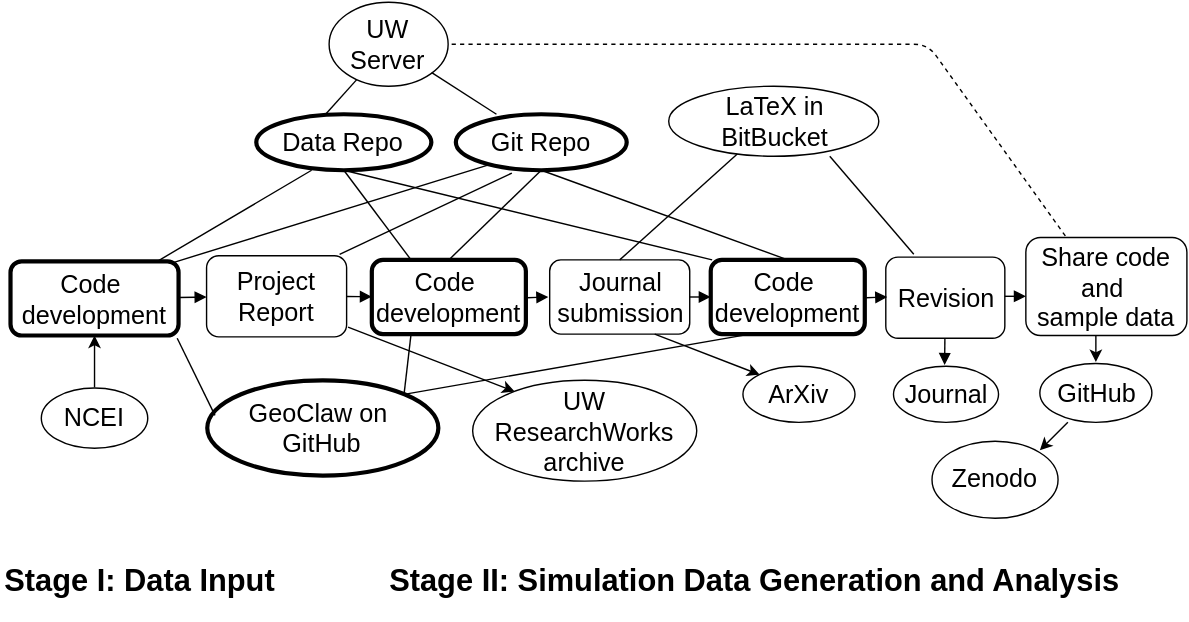
BIDS/repro-case-studies keeps this draw.io diagram as case-studies/rjleveque.svg. Above is the earlier version. Source tidied: cells renumbered, new cells last; positions are measured from the earlier drawing's top-left corner, leaving out a move shared by most shapes. The source it was exported from:
```xml
<mxGraphModel background="#ffffff">
  <root>
    <mxCell id="0" />
    <mxCell id="1" parent="0" />
    <mxCell id="2" value="&lt;font style=&quot;font-size: 18px&quot;&gt;Code&amp;nbsp;&lt;/font&gt;&lt;div&gt;&lt;font size=&quot;4&quot;&gt;development&lt;/font&gt;&lt;/div&gt;" style="rounded=1;whiteSpace=wrap;html=1;yellow;fillColor=none;strokeColor=#000000;strokeWidth=3;shadow=0;" parent="1" vertex="1">
      <mxGeometry x="6" y="185" width="120" height="53" as="geometry" />
    </mxCell>
    <mxCell id="3" value="&lt;font style=&quot;font-size: 18px&quot;&gt;UW Server&lt;/font&gt;" style="ellipse;whiteSpace=wrap;html=1;" parent="1" vertex="1">
      <mxGeometry x="233" width="85" height="60" as="geometry" />
    </mxCell>
    <mxCell id="4" value="&lt;font style=&quot;font-size: 18px&quot;&gt;Data Repo&lt;/font&gt;" style="ellipse;whiteSpace=wrap;html=1;yellow;fillColor=none;strokeColor=#000000;strokeWidth=3;shadow=0;" parent="1" vertex="1">
      <mxGeometry x="181" y="80" width="125" height="40" as="geometry" />
    </mxCell>
    <mxCell id="5" value="&lt;font style=&quot;font-size: 18px&quot;&gt;Git Repo&lt;/font&gt;" style="ellipse;whiteSpace=wrap;html=1;yellow;fillColor=none;strokeColor=#000000;strokeWidth=3;shadow=0;" parent="1" vertex="1">
      <mxGeometry x="324" y="80" width="122" height="40" as="geometry" />
    </mxCell>
    <mxCell id="6" value="&lt;font style=&quot;font-size: 18px&quot;&gt;LaTeX in&lt;/font&gt;&lt;div&gt;&lt;font size=&quot;4&quot;&gt;BitBucket&lt;/font&gt;&lt;/div&gt;" style="ellipse;whiteSpace=wrap;html=1;" parent="1" vertex="1">
      <mxGeometry x="476" y="60" width="150" height="50" as="geometry" />
    </mxCell>
    <mxCell id="7" style="endArrow=none;html=1;" parent="1" edge="1" source="2">
      <mxGeometry relative="1" as="geometry">
        <mxPoint x="221" y="120" as="targetPoint" />
      </mxGeometry>
    </mxCell>
    <mxCell id="8" style="endArrow=none;html=1;entryX=0.213;entryY=0.975;entryPerimeter=0;" parent="1" edge="1">
      <mxGeometry relative="1" as="geometry">
        <mxPoint x="121" y="186.3" as="sourcePoint" />
        <mxPoint x="348" y="116" as="targetPoint" />
      </mxGeometry>
    </mxCell>
    <mxCell id="9" value="&lt;font style=&quot;font-size: 18px&quot;&gt;GeoClaw on&amp;nbsp;&lt;/font&gt;&lt;div&gt;&lt;font size=&quot;4&quot;&gt;GitHub&lt;/font&gt;&lt;/div&gt;" style="ellipse;whiteSpace=wrap;html=1;yellow;fillColor=none;strokeColor=#000000;strokeWidth=3;shadow=0;" parent="1" vertex="1">
      <mxGeometry x="146" y="270" width="165" height="68" as="geometry" />
    </mxCell>
    <mxCell id="10" style="endArrow=none;html=1;entryX=0.036;entryY=0.367;entryPerimeter=0;" parent="1" edge="1" target="9">
      <mxGeometry relative="1" as="geometry">
        <mxPoint x="125" y="240" as="sourcePoint" />
      </mxGeometry>
    </mxCell>
    <mxCell id="11" value="&lt;font style=&quot;font-size: 18px&quot;&gt;Project Report&lt;/font&gt;" style="rounded=1;whiteSpace=wrap;html=1;" parent="1" vertex="1">
      <mxGeometry x="146" y="181" width="100" height="58" as="geometry" />
    </mxCell>
    <mxCell id="12" value="&lt;font style=&quot;font-size: 18px&quot;&gt;Code&amp;nbsp;&lt;/font&gt;&lt;div&gt;&lt;font size=&quot;4&quot;&gt;development&lt;/font&gt;&lt;/div&gt;" style="rounded=1;whiteSpace=wrap;html=1;yellow;fillColor=none;strokeWidth=3;strokeColor=#000000;shadow=0;" parent="1" vertex="1">
      <mxGeometry x="264" y="184" width="110" height="53" as="geometry" />
    </mxCell>
    <mxCell id="13" value="&lt;font style=&quot;font-size: 18px&quot;&gt;Journal&lt;/font&gt;&lt;div&gt;&lt;font size=&quot;4&quot;&gt;submission&lt;/font&gt;&lt;/div&gt;" style="rounded=1;whiteSpace=wrap;html=1;" parent="1" vertex="1">
      <mxGeometry x="391" y="184" width="100" height="53" as="geometry" />
    </mxCell>
    <mxCell id="14" value="&lt;font style=&quot;font-size: 18px&quot;&gt;Code&amp;nbsp;&lt;/font&gt;&lt;div&gt;&lt;font size=&quot;4&quot;&gt;development&lt;/font&gt;&lt;/div&gt;" style="rounded=1;whiteSpace=wrap;html=1;yellow;fillColor=none;strokeColor=#000000;strokeWidth=3;shadow=0;" parent="1" vertex="1">
      <mxGeometry x="506" y="184" width="110" height="53" as="geometry" />
    </mxCell>
    <mxCell id="15" value="&lt;font style=&quot;font-size: 18px&quot;&gt;Revision&lt;/font&gt;" style="rounded=1;whiteSpace=wrap;html=1;" parent="1" vertex="1">
      <mxGeometry x="631" y="182" width="85" height="58" as="geometry" />
    </mxCell>
    <mxCell id="16" value="&lt;font style=&quot;font-size: 18px&quot;&gt;Share code and&amp;nbsp;&lt;/font&gt;&lt;div&gt;&lt;font size=&quot;4&quot;&gt;sample data&lt;/font&gt;&lt;/div&gt;" style="rounded=1;whiteSpace=wrap;html=1;" parent="1" vertex="1">
      <mxGeometry x="731" y="168" width="115" height="70" as="geometry" />
    </mxCell>
    <mxCell id="17" style="endArrow=none;html=1;exitX=0.5;exitY=0;" parent="1" edge="1" source="13" target="6">
      <mxGeometry relative="1" as="geometry" />
    </mxCell>
    <mxCell id="18" style="endArrow=none;html=1;" parent="1" edge="1">
      <mxGeometry relative="1" as="geometry">
        <mxPoint x="651" y="180" as="sourcePoint" />
        <mxPoint x="591" y="110" as="targetPoint" />
      </mxGeometry>
    </mxCell>
    <mxCell id="19" style="endArrow=none;html=1;" parent="1" edge="1" target="3">
      <mxGeometry relative="1" as="geometry">
        <mxPoint x="231" y="80" as="sourcePoint" />
      </mxGeometry>
    </mxCell>
    <mxCell id="20" style="endArrow=none;html=1;exitX=0.238;exitY=0;exitPerimeter=0;" parent="1" edge="1" source="5" target="3">
      <mxGeometry relative="1" as="geometry" />
    </mxCell>
    <mxCell id="21" value="&lt;font style=&quot;font-size: 18px&quot;&gt;UW ResearchWorks&lt;/font&gt;&lt;div&gt;&lt;font size=&quot;4&quot;&gt;archive&lt;/font&gt;&lt;/div&gt;" style="ellipse;whiteSpace=wrap;html=1;" parent="1" vertex="1">
      <mxGeometry x="336" y="270" width="160" height="72" as="geometry" />
    </mxCell>
    <mxCell id="22" style="endArrow=classic;html=1;exitX=1.01;exitY=0.879;exitPerimeter=0;" parent="1" edge="1" source="11">
      <mxGeometry relative="1" as="geometry">
        <mxPoint x="366" y="278" as="targetPoint" />
      </mxGeometry>
    </mxCell>
    <mxCell id="23" value="&lt;font style=&quot;font-size: 18px&quot;&gt;ArXiv&lt;/font&gt;" style="ellipse;whiteSpace=wrap;html=1;" parent="1" vertex="1">
      <mxGeometry x="529" y="260" width="80" height="40" as="geometry" />
    </mxCell>
    <mxCell id="24" value="&lt;font style=&quot;font-size: 18px&quot;&gt;Journal&lt;/font&gt;" style="ellipse;whiteSpace=wrap;html=1;" parent="1" vertex="1">
      <mxGeometry x="636" y="260" width="75" height="40" as="geometry" />
    </mxCell>
    <mxCell id="25" style="endArrow=classic;html=1;exitX=0.75;exitY=1;entryX=0;entryY=0;" parent="1" edge="1" source="13" target="23">
      <mxGeometry relative="1" as="geometry" />
    </mxCell>
    <mxCell id="26" value="&lt;font style=&quot;font-size: 18px&quot;&gt;GitHub&lt;/font&gt;" style="ellipse;whiteSpace=wrap;html=1;" parent="1" vertex="1">
      <mxGeometry x="741" y="258" width="80" height="42" as="geometry" />
    </mxCell>
    <mxCell id="27" value="&lt;font style=&quot;font-size: 18px&quot;&gt;Zenodo&lt;/font&gt;" style="ellipse;whiteSpace=wrap;html=1;" parent="1" vertex="1">
      <mxGeometry x="664" y="313" width="90" height="55" as="geometry" />
    </mxCell>
    <mxCell id="28" style="endArrow=classic;html=1;" parent="1" edge="1">
      <mxGeometry relative="1" as="geometry">
        <mxPoint x="781" y="238" as="sourcePoint" />
        <mxPoint x="781" y="257" as="targetPoint" />
      </mxGeometry>
    </mxCell>
    <mxCell id="29" style="endArrow=classic;html=1;" parent="1" edge="1">
      <mxGeometry relative="1" as="geometry">
        <mxPoint x="761" y="300" as="sourcePoint" />
        <mxPoint x="741" y="320" as="targetPoint" />
      </mxGeometry>
    </mxCell>
    <mxCell id="30" style="endArrow=1;dashed=1;html=1;targetPerimeterSpacing=3;entryX=0.25;entryY=0;" parent="1" edge="1" target="16">
      <mxGeometry relative="1" as="geometry">
        <mxPoint x="321" y="30" as="sourcePoint" />
        <Array as="points">
          <mxPoint x="661" y="30" />
        </Array>
      </mxGeometry>
    </mxCell>
    <mxCell id="31" style="endArrow=none;html=1;" parent="1" edge="1">
      <mxGeometry relative="1" as="geometry">
        <mxPoint x="241" y="180" as="sourcePoint" />
        <mxPoint x="364" y="122" as="targetPoint" />
      </mxGeometry>
    </mxCell>
    <mxCell id="32" style="endArrow=none;html=1;fontSize=16;fontColor=#000000;entryX=0.5;entryY=1;exitX=0.5;exitY=0;" parent="1" edge="1" source="12" target="5">
      <mxGeometry relative="1" as="geometry" />
    </mxCell>
    <mxCell id="33" style="endArrow=none;html=1;fontSize=16;fontColor=#000000;entryX=0.25;entryY=1;exitX=1;exitY=0;" parent="1" edge="1" source="9" target="12">
      <mxGeometry relative="1" as="geometry" />
    </mxCell>
    <mxCell id="34" style="endArrow=none;html=1;fontSize=16;fontColor=#000000;entryX=0.5;entryY=1;exitX=0.5;exitY=0;" parent="1" edge="1" source="14" target="5">
      <mxGeometry relative="1" as="geometry" />
    </mxCell>
    <mxCell id="35" style="endArrow=none;html=1;fontSize=16;fontColor=#000000;exitX=1;exitY=0;entryX=0.25;entryY=1;" parent="1" edge="1" source="9" target="14">
      <mxGeometry relative="1" as="geometry" />
    </mxCell>
    <mxCell id="36" style="endArrow=none;html=1;fontSize=16;fontColor=#000000;entryX=0.5;entryY=1;exitX=0.25;exitY=0;" parent="1" edge="1" source="12" target="4">
      <mxGeometry relative="1" as="geometry" />
    </mxCell>
    <mxCell id="37" style="endArrow=none;html=1;fontSize=16;fontColor=#000000;exitX=0.5;exitY=1;entryX=0.013;entryY=0;entryPerimeter=0;" parent="1" edge="1" source="4" target="14">
      <mxGeometry relative="1" as="geometry" />
    </mxCell>
    <mxCell id="38" value="&lt;b&gt;&lt;font style=&quot;font-size: 22px&quot;&gt;Stage II: Simulation Data Generation and Analysis&lt;/font&gt;&lt;/b&gt;" style="text;html=1;strokeColor=none;fillColor=none;align=center;verticalAlign=middle;whiteSpace=wrap;overflow=hidden;rounded=0;" parent="1" vertex="1">
      <mxGeometry x="245" y="385" width="584" height="56" as="geometry" />
    </mxCell>
    <mxCell id="39" value="&lt;b&gt;&lt;font style=&quot;font-size: 22px&quot;&gt;Stage I: Data Input&lt;/font&gt;&lt;/b&gt;" style="text;html=1;align=left;verticalAlign=top;spacingTop=-4;fontSize=22;fontColor=#000000;" parent="1" vertex="1">
      <mxGeometry y="398" width="203" height="26" as="geometry" />
    </mxCell>
    <mxCell id="40" value="&lt;font style=&quot;font-size: 18px&quot;&gt;NCEI&lt;/font&gt;" style="ellipse;whiteSpace=wrap;html=1;shadow=0;strokeColor=#000000;strokeWidth=1;fillColor=none;fontSize=16;fontColor=#000000;align=center;" parent="1" vertex="1">
      <mxGeometry x="28" y="275" width="76" height="43" as="geometry" />
    </mxCell>
    <mxCell id="41" style="endArrow=classic;html=1;fontSize=16;fontColor=#000000;exitX=0.5;exitY=0;entryX=0.5;entryY=1;" parent="1" edge="1" source="40" target="2">
      <mxGeometry relative="1" as="geometry" />
    </mxCell>
    <mxCell id="42" style="edgeStyle=none;rounded=0;html=1;endArrow=block;endFill=1;jettySize=auto;" parent="1" edge="1" source="2" target="11">
      <mxGeometry relative="1" as="geometry" />
    </mxCell>
    <mxCell id="43" style="edgeStyle=none;rounded=0;html=1;endArrow=block;endFill=1;jettySize=auto;" parent="1" edge="1" source="11" target="12">
      <mxGeometry relative="1" as="geometry" />
    </mxCell>
    <mxCell id="44" style="edgeStyle=none;rounded=0;html=1;endArrow=block;endFill=1;jettySize=auto;" parent="1" edge="1" source="13" target="14">
      <mxGeometry relative="1" as="geometry" />
    </mxCell>
    <mxCell id="45" style="edgeStyle=none;rounded=0;html=1;endArrow=block;endFill=1;jettySize=auto;orthogonalLoop=1;" parent="1" edge="1">
      <mxGeometry x="466" y="222.5" as="geometry">
        <mxPoint x="375" y="211" as="sourcePoint" />
        <mxPoint x="390" y="210.5" as="targetPoint" />
      </mxGeometry>
    </mxCell>
    <mxCell id="46" style="edgeStyle=none;rounded=0;html=1;endArrow=block;endFill=1;jettySize=auto;orthogonalLoop=1;" parent="1" edge="1">
      <mxGeometry x="708" y="222.5" as="geometry">
        <mxPoint x="617" y="211" as="sourcePoint" />
        <mxPoint x="632" y="210.5" as="targetPoint" />
      </mxGeometry>
    </mxCell>
    <mxCell id="47" style="edgeStyle=none;rounded=0;html=1;endArrow=block;endFill=1;jettySize=auto;orthogonalLoop=1;entryX=0.64;entryY=-0.025;entryPerimeter=0;" parent="1" edge="1">
      <mxGeometry relative="1" as="geometry">
        <mxPoint x="673.2" y="240" as="sourcePoint" />
        <mxPoint x="673" y="259" as="targetPoint" />
      </mxGeometry>
    </mxCell>
    <mxCell id="48" style="edgeStyle=none;rounded=0;html=1;endArrow=block;endFill=1;jettySize=auto;orthogonalLoop=1;entryX=0;entryY=0.75;exitX=1;exitY=0.25;" parent="1" edge="1">
      <mxGeometry x="777" y="275" as="geometry">
        <mxPoint x="716" y="210" as="sourcePoint" />
        <mxPoint x="731" y="210" as="targetPoint" />
      </mxGeometry>
    </mxCell>
  </root>
</mxGraphModel>
```
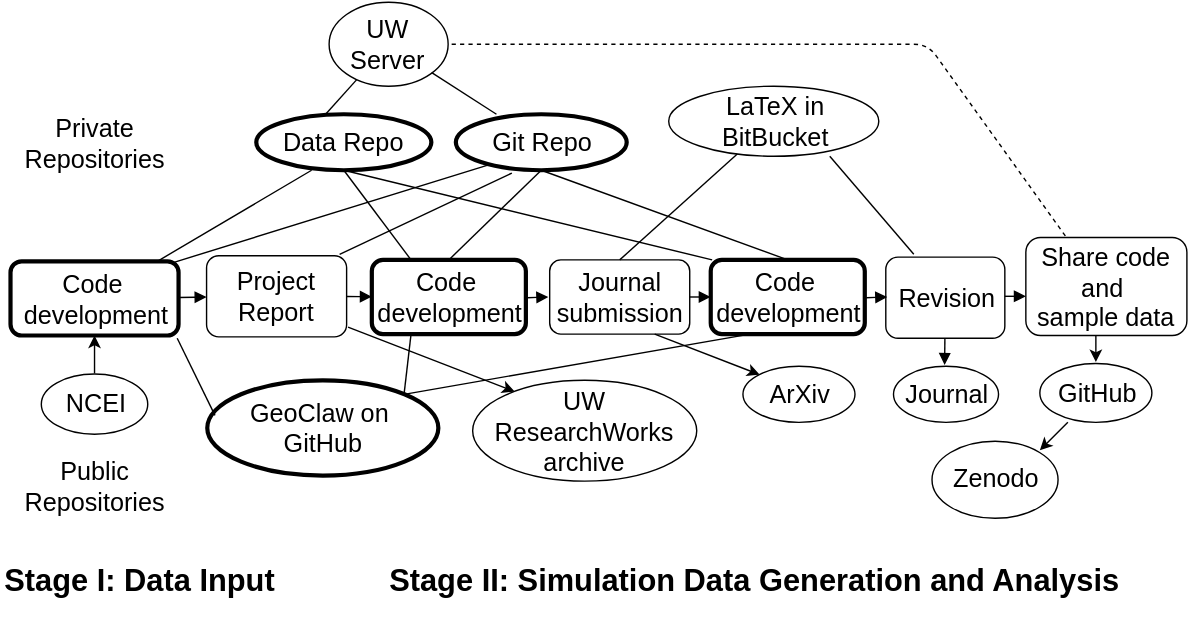
Later version of the same file.

Commit message:
rjleveqe diagram added private public repository labels

The edit, as a diff of the source:
```diff
@@ -145,7 +145,7 @@
       <mxGeometry y="398" width="203" height="26" as="geometry" />
     </mxCell>
     <mxCell id="40" value="&lt;font style=&quot;font-size: 18px&quot;&gt;NCEI&lt;/font&gt;" style="ellipse;whiteSpace=wrap;html=1;shadow=0;strokeColor=#000000;strokeWidth=1;fillColor=none;fontSize=16;fontColor=#000000;align=center;" parent="1" vertex="1">
-      <mxGeometry x="28" y="275" width="76" height="43" as="geometry" />
+      <mxGeometry x="28" y="265" width="76" height="43" as="geometry" />
     </mxCell>
     <mxCell id="41" style="endArrow=classic;html=1;fontSize=16;fontColor=#000000;exitX=0.5;exitY=0;entryX=0.5;entryY=1;" parent="1" edge="1" source="40" target="2">
       <mxGeometry relative="1" as="geometry" />
@@ -183,5 +183,11 @@
         <mxPoint x="731" y="210" as="targetPoint" />
       </mxGeometry>
     </mxCell>
+    <mxCell id="49" value="&lt;font style=&quot;font-size: 18px&quot;&gt;Private&lt;/font&gt;&lt;div&gt;&lt;font style=&quot;font-size: 18px&quot;&gt;Repositories&lt;/font&gt;&lt;/div&gt;" style="text;html=1;strokeColor=none;fillColor=none;align=center;verticalAlign=middle;whiteSpace=wrap;shadow=0;" parent="1" vertex="1">
+      <mxGeometry x="21" y="82" width="90" height="38" as="geometry" />
+    </mxCell>
+    <mxCell id="50" value="&lt;font style=&quot;font-size: 18px&quot;&gt;Public&lt;/font&gt;&lt;div&gt;&lt;font style=&quot;font-size: 18px&quot;&gt;Repositories&lt;/font&gt;&lt;/div&gt;" style="text;html=1;strokeColor=none;fillColor=none;align=center;verticalAlign=middle;whiteSpace=wrap;shadow=0;direction=west;" parent="1" vertex="1">
+      <mxGeometry x="21" y="322" width="90" height="48" as="geometry" />
+    </mxCell>
   </root>
 </mxGraphModel>
```
